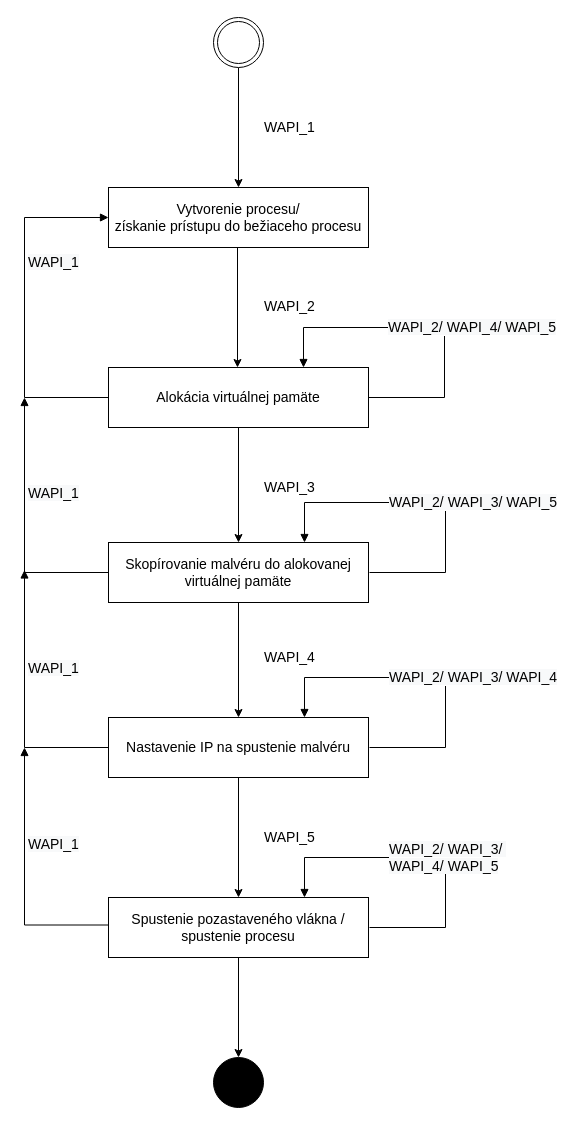
This is img/konecny automat.drawio from Artanis321/Bakalarka, a draw.io file, before an edit. Source tidied: cells renumbered, new cells numbered last; positions are measured from the earlier drawing's top-left corner, leaving out a move shared by most shapes. Both pictures are drawn from the tidied source at 100%, with x=0, y=0 at pixel (24, 17).
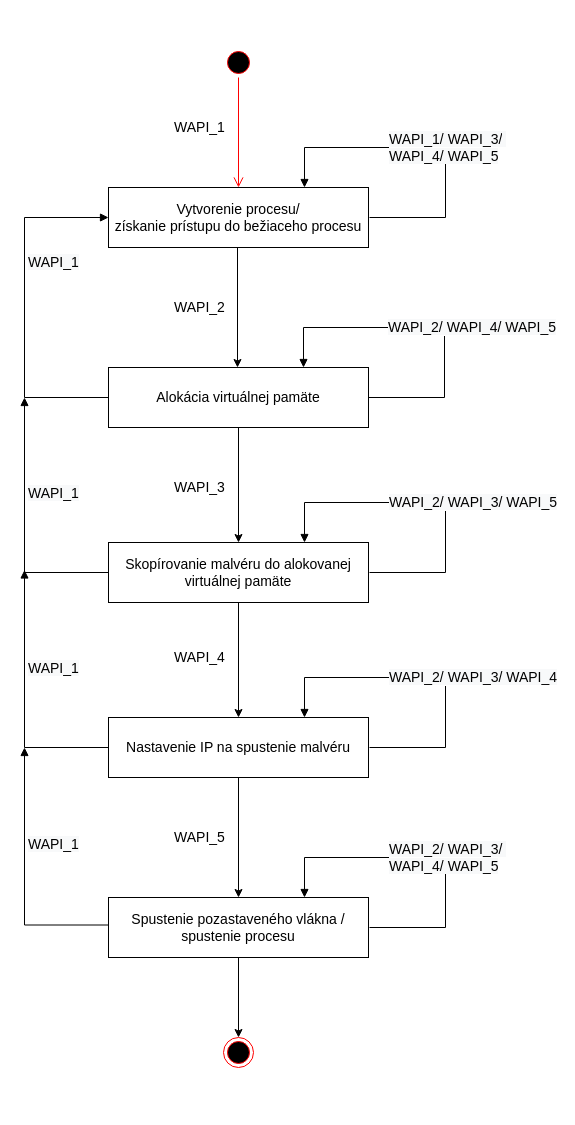
After the change.

Unchanged cells that the change refers to:
```xml
<mxCell id="3" value="&lt;font style=&quot;font-size: 14px&quot;&gt;Vytvorenie procesu/&lt;br&gt;získanie prístupu do bežiaceho procesu&lt;/font&gt;" style="rounded=0;whiteSpace=wrap;html=1;" parent="1" vertex="1">
  <mxGeometry x="84" y="170" width="260" height="60" as="geometry" />
</mxCell>
<mxCell id="11" value="&lt;span style=&quot;font-size: 14px&quot;&gt;Spustenie pozastaveného vlákna /&lt;br&gt;spustenie procesu&lt;br&gt;&lt;/span&gt;" style="rounded=0;whiteSpace=wrap;html=1;" parent="1" vertex="1">
  <mxGeometry x="84" y="880" width="260" height="60" as="geometry" />
</mxCell>
```

Change to the diagram source:
```diff
@@
-    <mxCell id="10" style="edgeStyle=orthogonalEdgeStyle;rounded=0;jettySize=auto;html=1;entryX=0.5;entryY=0;entryDx=0;entryDy=0;" parent="1" edge="1" source="11" target="12">
-      <mxGeometry relative="1" as="geometry" />
-    </mxCell>
+    <mxCell id="28" style="edgeStyle=orthogonalEdgeStyle;rounded=0;jettySize=auto;html=1;entryX=0.5;entryY=0;entryDx=0;entryDy=0;" parent="1" edge="1" source="11" target="32">
+      <mxGeometry relative="1" as="geometry" />
+    </mxCell>
@@
-    <mxCell id="12" style="ellipse;whiteSpace=wrap;html=1;fillColor=#000000;" parent="1" vertex="1">
-      <mxGeometry x="189" y="1040" width="50" height="50" as="geometry" />
-    </mxCell>
     <mxCell id="13" value="&lt;span style=&quot;font-size: 14px&quot;&gt;WAPI_2&lt;/span&gt;" style="text;html=1;align=center;verticalAlign=middle;" parent="1" vertex="1">
-      <mxGeometry x="230" y="279" width="70" height="20" as="geometry" />
+      <mxGeometry x="140" y="280" width="70" height="20" as="geometry" />
     </mxCell>
     <mxCell id="14" value="&lt;span style=&quot;font-size: 14px&quot;&gt;WAPI_3&lt;/span&gt;" style="text;html=1;align=center;verticalAlign=middle;" parent="1" vertex="1">
-      <mxGeometry x="230" y="460" width="70" height="20" as="geometry" />
+      <mxGeometry x="140" y="460" width="70" height="20" as="geometry" />
     </mxCell>
     <mxCell id="15" value="&lt;span style=&quot;font-size: 14px&quot;&gt;WAPI_4&lt;/span&gt;" style="text;html=1;align=center;verticalAlign=middle;" parent="1" vertex="1">
-      <mxGeometry x="230" y="630" width="70" height="20" as="geometry" />
+      <mxGeometry x="140" y="630" width="70" height="20" as="geometry" />
     </mxCell>
     <mxCell id="16" value="&lt;span style=&quot;font-size: 14px&quot;&gt;WAPI_5&lt;/span&gt;" style="text;html=1;align=center;verticalAlign=middle;" parent="1" vertex="1">
-      <mxGeometry x="230" y="810" width="70" height="20" as="geometry" />
+      <mxGeometry x="140" y="810" width="70" height="20" as="geometry" />
     </mxCell>
     <mxCell id="17" value="&lt;span style=&quot;font-size: 14px&quot;&gt;WAPI_1&lt;/span&gt;" style="text;html=1;align=center;verticalAlign=middle;" parent="1" vertex="1">
-      <mxGeometry x="230" y="100" width="70" height="20" as="geometry" />
+      <mxGeometry x="140" y="100" width="70" height="20" as="geometry" />
     </mxCell>
-    <mxCell id="18" style="edgeStyle=orthogonalEdgeStyle;rounded=0;jettySize=auto;html=1;entryX=0.5;entryY=0;entryDx=0;entryDy=0;" parent="1" edge="1" source="19" target="3">
-      <mxGeometry relative="1" as="geometry" />
-    </mxCell>
-    <mxCell id="19" style="ellipse;shape=doubleEllipse;whiteSpace=wrap;html=1;" parent="1" vertex="1">
-      <mxGeometry x="189" width="50" height="50" as="geometry" />
-    </mxCell>
@@
+    <mxCell id="29" value="&lt;span style=&quot;font-size: 14px ; text-align: center ; background-color: rgb(248 , 249 , 250)&quot;&gt;WAPI_1/&amp;nbsp;&lt;/span&gt;&lt;span style=&quot;font-size: 14px ; text-align: center ; background-color: rgb(248 , 249 , 250)&quot;&gt;WAPI_3/&lt;/span&gt;&lt;span style=&quot;font-size: 14px ; text-align: center ; background-color: rgb(248 , 249 , 250)&quot;&gt;&amp;nbsp;&lt;br&gt;&lt;/span&gt;&lt;span style=&quot;font-size: 14px ; text-align: center ; background-color: rgb(248 , 249 , 250)&quot;&gt;WAPI_4/&amp;nbsp;&lt;/span&gt;&lt;span style=&quot;font-size: 14px ; text-align: center ; background-color: rgb(248 , 249 , 250)&quot;&gt;WAPI_5&lt;/span&gt;" style="edgeStyle=orthogonalEdgeStyle;html=1;align=left;spacingLeft=2;endArrow=block;rounded=0;exitX=1;exitY=0.5;exitDx=0;exitDy=0;" parent="1" edge="1">
+      <mxGeometry x="0.26" relative="1" as="geometry">
+        <mxPoint x="345" y="200" as="sourcePoint" />
+        <mxPoint x="280" y="170" as="targetPoint" />
+        <Array as="points">
+          <mxPoint x="421" y="200" />
+          <mxPoint x="421" y="130" />
+          <mxPoint x="280" y="130" />
+        </Array>
+      </mxGeometry>
+    </mxCell>
+    <mxCell id="30" style="ellipse;html=1;shape=startState;fillColor=#000000;strokeColor=#ff0000;" parent="1" vertex="1">
+      <mxGeometry x="199" y="30" width="30" height="30" as="geometry" />
+    </mxCell>
+    <mxCell id="31" style="edgeStyle=orthogonalEdgeStyle;html=1;verticalAlign=bottom;endArrow=open;endSize=8;strokeColor=#ff0000;entryX=0.5;entryY=0;entryDx=0;entryDy=0;" parent="1" edge="1" source="30" target="3">
+      <mxGeometry relative="1" as="geometry" />
+    </mxCell>
+    <mxCell id="32" style="ellipse;html=1;shape=endState;fillColor=#000000;strokeColor=#ff0000;" parent="1" vertex="1">
+      <mxGeometry x="199" y="1020" width="30" height="30" as="geometry" />
+    </mxCell>
```
